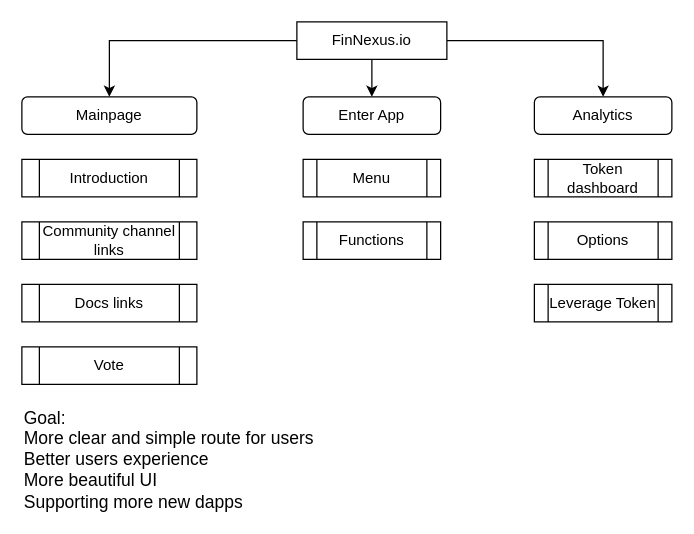
Earlier version of the draw.io diagram page "Structure" (1 of 6) of Copy of options.drawio (FinNexus/UI-2.0). Source tidied: cells renumbered, new cells numbered last; positions are measured from the earlier drawing's top-left corner, leaving out a move shared by most shapes. Both pictures are drawn from the tidied source at 125%, with x=0, y=0 at pixel (21, 21).
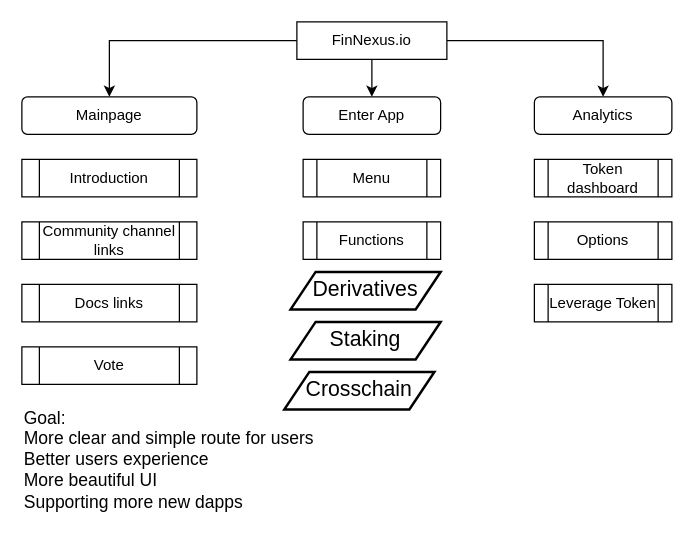
After the change.

Diff of the diagram source:
```diff
@@
+    <mxCell id="20" value="Derivatives" style="shape=parallelogram;perimeter=parallelogramPerimeter;whiteSpace=wrap;html=1;fixedSize=1;fontSize=17;strokeWidth=2;align=center;" parent="1" vertex="1">
+      <mxGeometry x="215" y="200" width="120" height="30" as="geometry" />
+    </mxCell>
+    <mxCell id="21" value="Staking" style="shape=parallelogram;perimeter=parallelogramPerimeter;whiteSpace=wrap;html=1;fixedSize=1;fontSize=17;strokeWidth=2;align=center;" parent="1" vertex="1">
+      <mxGeometry x="215" y="240" width="120" height="30" as="geometry" />
+    </mxCell>
+    <mxCell id="22" value="Crosschain" style="shape=parallelogram;perimeter=parallelogramPerimeter;whiteSpace=wrap;html=1;fixedSize=1;fontSize=17;strokeWidth=2;align=center;" parent="1" vertex="1">
+      <mxGeometry x="210" y="280" width="120" height="30" as="geometry" />
+    </mxCell>
```
